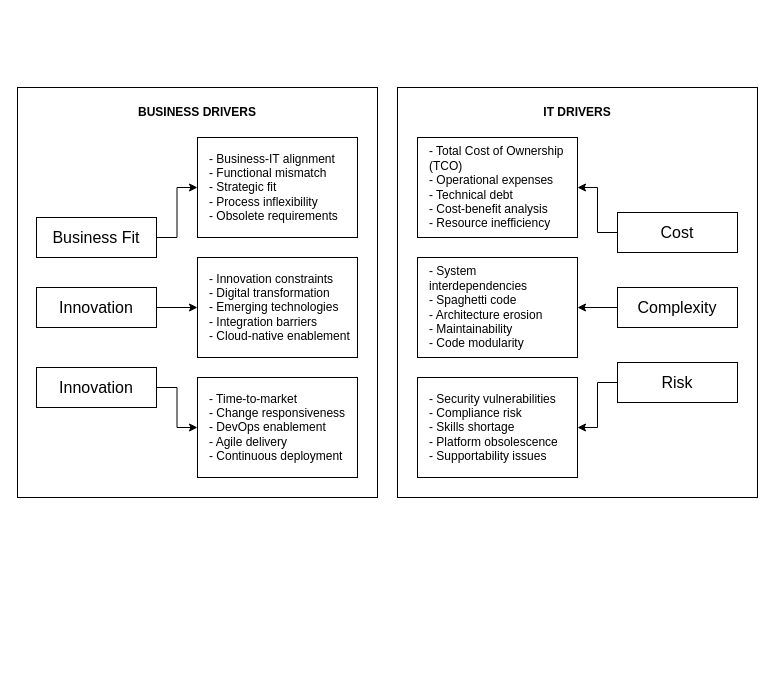
The draw.io diagram Diagramme sans nom.drawio in info-marceloramirez/architect_toolbox, before the edit. Source tidied: cells renumbered, new cells numbered last; positions are measured from the earlier drawing's top-left corner, leaving out a move shared by most shapes. Both pictures are drawn from the tidied source at 100%, with x=0, y=0 at pixel (17, 87).
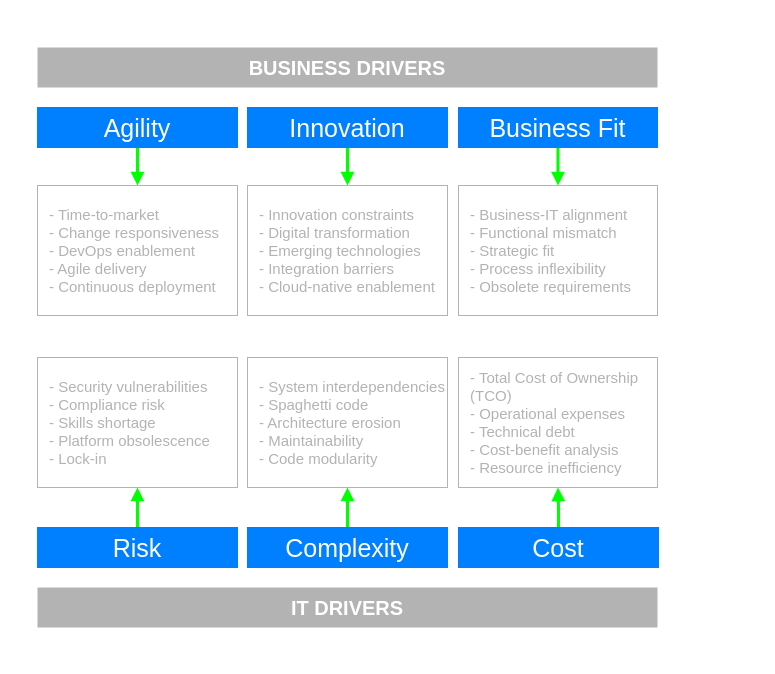
The same page after the edit.

Commit message (it also covers changes not shown here):
Mettre à jour Diagramme sans nom.drawio

Change to the diagram source:
```diff
@@
-    <mxCell id="2" style="rounded=0;whiteSpace=wrap;html=1;fillColor=none;" parent="1" vertex="1">
-      <mxGeometry x="380" width="360" height="410" as="geometry" />
-    </mxCell>
-    <mxCell id="3" style="rounded=0;whiteSpace=wrap;html=1;fillColor=none;" parent="1" vertex="1">
-      <mxGeometry width="360" height="410" as="geometry" />
-    </mxCell>
+    <mxCell id="24" style="rounded=0;whiteSpace=wrap;html=1;fillColor=none;strokeColor=none;" parent="1" vertex="1">
+      <mxGeometry x="10" y="-70" width="640" height="640" as="geometry" />
+    </mxCell>
-    <mxCell id="4" style="edgeStyle=orthogonalEdgeStyle;rounded=0;jettySize=auto;html=1;flowAnimation=1;" parent="1" edge="1" source="5" target="6">
+    <mxCell id="4" style="edgeStyle=orthogonalEdgeStyle;rounded=0;jettySize=auto;html=1;strokeColor=#00FF00;strokeWidth=3;endArrow=block;endFill=1;flowAnimation=1;" parent="1" edge="1" source="5" target="6">
       <mxGeometry relative="1" as="geometry" />
     </mxCell>
-    <mxCell id="5" value="Business Fit" style="rounded=0;whiteSpace=wrap;html=1;fontSize=16;" parent="1" vertex="1">
-      <mxGeometry x="19" y="130" width="120" height="40" as="geometry" />
+    <mxCell id="5" value="Business Fit" style="rounded=0;whiteSpace=wrap;html=1;fontSize=25;fontColor=#FFFFFF;strokeColor=#007FFF;fillColor=#007FFF;" parent="1" vertex="1">
+      <mxGeometry x="441" y="20" width="199" height="40" as="geometry" />
     </mxCell>
-    <mxCell id="6" value="&lt;div&gt;- Business-IT alignment&lt;/div&gt;&lt;div&gt;- Functional mismatch&lt;/div&gt;&lt;div&gt;- Strategic fit&lt;/div&gt;&lt;div&gt;- Process inflexibility&lt;/div&gt;&lt;div&gt;- Obsolete requirements&lt;/div&gt;" style="rounded=0;whiteSpace=wrap;html=1;align=left;spacingLeft=10;" parent="1" vertex="1">
-      <mxGeometry x="180" y="50" width="160" height="100" as="geometry" />
+    <mxCell id="6" value="&lt;div&gt;- Business-IT alignment&lt;/div&gt;&lt;div&gt;- Functional mismatch&lt;/div&gt;&lt;div&gt;- Strategic fit&lt;/div&gt;&lt;div&gt;- Process inflexibility&lt;/div&gt;&lt;div&gt;- Obsolete requirements&lt;/div&gt;" style="rounded=0;whiteSpace=wrap;html=1;align=left;spacingLeft=10;fontColor=#B3B3B3;strokeColor=#B3B3B3;fontSize=15;" parent="1" vertex="1">
+      <mxGeometry x="441" y="98" width="199" height="130" as="geometry" />
     </mxCell>
-    <mxCell id="7" style="edgeStyle=orthogonalEdgeStyle;rounded=0;jettySize=auto;html=1;entryX=0;entryY=0.5;entryDx=0;entryDy=0;flowAnimation=1;" parent="1" edge="1" source="8" target="9">
+    <mxCell id="7" style="edgeStyle=orthogonalEdgeStyle;rounded=0;jettySize=auto;html=1;strokeColor=#00FF00;strokeWidth=3;endArrow=block;endFill=1;flowAnimation=1;" parent="1" edge="1" source="8" target="9">
       <mxGeometry relative="1" as="geometry" />
     </mxCell>
-    <mxCell id="8" value="Innovation" style="rounded=0;whiteSpace=wrap;html=1;fontSize=16;" parent="1" vertex="1">
-      <mxGeometry x="19" y="200" width="120" height="40" as="geometry" />
+    <mxCell id="8" value="Innovation" style="rounded=0;whiteSpace=wrap;html=1;fontSize=25;fontColor=#FFFFFF;strokeColor=#007FFF;fillColor=#007FFF;" parent="1" vertex="1">
+      <mxGeometry x="230" y="20" width="200" height="40" as="geometry" />
     </mxCell>
-    <mxCell id="9" value="&lt;div&gt;- Innovation constraints&lt;/div&gt;&lt;div&gt;- Digital transformation&lt;/div&gt;&lt;div&gt;- Emerging technologies&lt;/div&gt;&lt;div&gt;- Integration barriers&lt;/div&gt;&lt;div&gt;- Cloud-native enablement&lt;/div&gt;" style="rounded=0;whiteSpace=wrap;html=1;align=left;spacingLeft=10;" parent="1" vertex="1">
-      <mxGeometry x="180" y="170" width="160" height="100" as="geometry" />
+    <mxCell id="9" value="&lt;div&gt;- Innovation constraints&lt;/div&gt;&lt;div&gt;- Digital transformation&lt;/div&gt;&lt;div&gt;- Emerging technologies&lt;/div&gt;&lt;div&gt;- Integration barriers&lt;/div&gt;&lt;div&gt;- Cloud-native enablement&lt;/div&gt;" style="rounded=0;whiteSpace=wrap;html=1;align=left;spacingLeft=10;fontColor=#B3B3B3;strokeColor=#B3B3B3;fontSize=15;" parent="1" vertex="1">
+      <mxGeometry x="230" y="98" width="200" height="130" as="geometry" />
     </mxCell>
-    <mxCell id="10" value="&lt;div&gt;- Time-to-market&lt;/div&gt;&lt;div&gt;- Change responsiveness&lt;/div&gt;&lt;div&gt;- DevOps enablement&lt;/div&gt;&lt;div&gt;- Agile delivery&lt;/div&gt;&lt;div&gt;- Continuous deployment&lt;/div&gt;" style="rounded=0;whiteSpace=wrap;html=1;align=left;spacingLeft=10;" parent="1" vertex="1">
-      <mxGeometry x="180" y="290" width="160" height="100" as="geometry" />
+    <mxCell id="10" value="&lt;div&gt;- Time-to-market&lt;/div&gt;&lt;div&gt;- Change responsiveness&lt;/div&gt;&lt;div&gt;- DevOps enablement&lt;/div&gt;&lt;div&gt;- Agile delivery&lt;/div&gt;&lt;div&gt;- Continuous deployment&lt;/div&gt;" style="rounded=0;whiteSpace=wrap;html=1;align=left;spacingLeft=10;fontColor=#B3B3B3;strokeColor=#B3B3B3;fontSize=15;" parent="1" vertex="1">
+      <mxGeometry x="20" y="98" width="200" height="130" as="geometry" />
     </mxCell>
-    <mxCell id="11" style="edgeStyle=orthogonalEdgeStyle;rounded=0;jettySize=auto;html=1;flowAnimation=1;" parent="1" edge="1" source="12" target="10">
+    <mxCell id="11" style="edgeStyle=orthogonalEdgeStyle;rounded=0;jettySize=auto;html=1;strokeColor=#00FF00;endArrow=block;endFill=1;flowAnimation=1;strokeWidth=3;" parent="1" edge="1" source="12" target="10">
       <mxGeometry relative="1" as="geometry" />
     </mxCell>
-    <mxCell id="12" value="Innovation" style="rounded=0;whiteSpace=wrap;html=1;fontSize=16;" parent="1" vertex="1">
-      <mxGeometry x="19" y="280" width="120" height="40" as="geometry" />
+    <mxCell id="12" value="Agility" style="rounded=0;whiteSpace=wrap;html=1;fontSize=25;fontColor=#FFFFFF;strokeColor=#007FFF;fillColor=#007FFF;" parent="1" vertex="1">
+      <mxGeometry x="20" y="20" width="200" height="40" as="geometry" />
     </mxCell>
-    <mxCell id="13" style="edgeStyle=orthogonalEdgeStyle;rounded=0;jettySize=auto;html=1;entryX=1;entryY=0.5;entryDx=0;entryDy=0;flowAnimation=1;" parent="1" edge="1" source="14" target="15">
+    <mxCell id="13" style="edgeStyle=orthogonalEdgeStyle;rounded=0;jettySize=auto;html=1;flowAnimation=1;strokeColor=#00FF00;strokeWidth=3;endArrow=block;endFill=1;" parent="1" edge="1" source="14" target="15">
       <mxGeometry relative="1" as="geometry" />
     </mxCell>
-    <mxCell id="14" value="Cost" style="rounded=0;whiteSpace=wrap;html=1;fontSize=16;" parent="1" vertex="1">
-      <mxGeometry x="600" y="125" width="120" height="40" as="geometry" />
+    <mxCell id="14" value="Cost" style="rounded=0;whiteSpace=wrap;html=1;fontSize=25;fontColor=#FFFFFF;strokeColor=#007FFF;fillColor=#007FFF;" parent="1" vertex="1">
+      <mxGeometry x="441" y="440" width="200" height="40" as="geometry" />
     </mxCell>
-    <mxCell id="15" value="&lt;div&gt;- Total Cost of Ownership (TCO)&lt;/div&gt;&lt;div&gt;- Operational expenses&lt;/div&gt;&lt;div&gt;- Technical debt&lt;/div&gt;&lt;div&gt;- Cost-benefit analysis&lt;/div&gt;&lt;div&gt;- Resource inefficiency&lt;/div&gt;" style="rounded=0;whiteSpace=wrap;html=1;align=left;spacingLeft=10;" parent="1" vertex="1">
-      <mxGeometry x="400" y="50" width="160" height="100" as="geometry" />
+    <mxCell id="15" value="&lt;div&gt;- Total Cost of Ownership (TCO)&lt;/div&gt;&lt;div&gt;- Operational expenses&lt;/div&gt;&lt;div&gt;- Technical debt&lt;/div&gt;&lt;div&gt;- Cost-benefit analysis&lt;/div&gt;&lt;div&gt;- Resource inefficiency&lt;/div&gt;" style="rounded=0;whiteSpace=wrap;html=1;align=left;spacingLeft=10;fontColor=#B3B3B3;strokeColor=#B3B3B3;fontSize=15;" parent="1" vertex="1">
+      <mxGeometry x="441" y="270" width="199" height="130" as="geometry" />
     </mxCell>
-    <mxCell id="16" style="edgeStyle=orthogonalEdgeStyle;rounded=0;jettySize=auto;html=1;entryX=1;entryY=0.5;entryDx=0;entryDy=0;flowAnimation=1;" parent="1" edge="1" source="17" target="18">
+    <mxCell id="16" style="edgeStyle=orthogonalEdgeStyle;rounded=0;jettySize=auto;html=1;flowAnimation=1;strokeColor=#00FF00;strokeWidth=3;endArrow=block;endFill=1;" parent="1" edge="1" source="17" target="18">
       <mxGeometry relative="1" as="geometry" />
     </mxCell>
-    <mxCell id="17" value="Complexity" style="rounded=0;whiteSpace=wrap;html=1;fontSize=16;" parent="1" vertex="1">
-      <mxGeometry x="600" y="200" width="120" height="40" as="geometry" />
+    <mxCell id="17" value="Complexity" style="rounded=0;whiteSpace=wrap;html=1;fontSize=25;fontColor=#FFFFFF;strokeColor=#007FFF;fillColor=#007FFF;" parent="1" vertex="1">
+      <mxGeometry x="230" y="440" width="200" height="40" as="geometry" />
     </mxCell>
-    <mxCell id="18" value="&lt;div&gt;- System interdependencies&lt;/div&gt;&lt;div&gt;- Spaghetti code&lt;/div&gt;&lt;div&gt;- Architecture erosion&lt;/div&gt;&lt;div&gt;- Maintainability&lt;/div&gt;&lt;div&gt;- Code modularity&lt;/div&gt;" style="rounded=0;whiteSpace=wrap;html=1;align=left;spacingLeft=10;" parent="1" vertex="1">
-      <mxGeometry x="400" y="170" width="160" height="100" as="geometry" />
+    <mxCell id="18" value="&lt;div&gt;- System interdependencies&lt;/div&gt;&lt;div&gt;- Spaghetti code&lt;/div&gt;&lt;div&gt;- Architecture erosion&lt;/div&gt;&lt;div&gt;- Maintainability&lt;/div&gt;&lt;div&gt;- Code modularity&lt;/div&gt;" style="rounded=0;whiteSpace=wrap;html=1;align=left;spacingLeft=10;fontColor=#B3B3B3;strokeColor=#B3B3B3;fontSize=15;" parent="1" vertex="1">
+      <mxGeometry x="230" y="270" width="200" height="130" as="geometry" />
     </mxCell>
-    <mxCell id="19" value="&lt;div&gt;- Security vulnerabilities&lt;/div&gt;&lt;div&gt;- Compliance risk&lt;/div&gt;&lt;div&gt;- Skills shortage&lt;/div&gt;&lt;div&gt;- Platform obsolescence&lt;/div&gt;&lt;div&gt;- Supportability issues&lt;/div&gt;" style="rounded=0;whiteSpace=wrap;html=1;align=left;spacingLeft=10;" parent="1" vertex="1">
-      <mxGeometry x="400" y="290" width="160" height="100" as="geometry" />
+    <mxCell id="19" value="&lt;div&gt;- Security vulnerabilities&lt;/div&gt;&lt;div&gt;- Compliance risk&lt;/div&gt;&lt;div&gt;- Skills shortage&lt;/div&gt;&lt;div&gt;- Platform obsolescence&lt;/div&gt;&lt;div&gt;- Lock-in&lt;/div&gt;" style="rounded=0;whiteSpace=wrap;html=1;align=left;spacingLeft=10;fontColor=#B3B3B3;strokeColor=#B3B3B3;fontSize=15;" parent="1" vertex="1">
+      <mxGeometry x="20" y="270" width="200" height="130" as="geometry" />
     </mxCell>
-    <mxCell id="20" style="edgeStyle=orthogonalEdgeStyle;rounded=0;jettySize=auto;html=1;entryX=1;entryY=0.5;entryDx=0;entryDy=0;flowAnimation=1;" parent="1" edge="1" source="21" target="19">
+    <mxCell id="20" style="edgeStyle=orthogonalEdgeStyle;rounded=0;jettySize=auto;html=1;flowAnimation=1;strokeColor=#00FF00;strokeWidth=3;endArrow=block;endFill=1;" parent="1" edge="1" source="21" target="19">
       <mxGeometry relative="1" as="geometry" />
     </mxCell>
-    <mxCell id="21" value="Risk" style="rounded=0;whiteSpace=wrap;html=1;fontSize=16;" parent="1" vertex="1">
-      <mxGeometry x="600" y="275" width="120" height="40" as="geometry" />
+    <mxCell id="21" value="Risk" style="rounded=0;whiteSpace=wrap;html=1;fontSize=25;fontColor=#FFFFFF;strokeColor=#007FFF;fillColor=#007FFF;" parent="1" vertex="1">
+      <mxGeometry x="20" y="440" width="200" height="40" as="geometry" />
     </mxCell>
-    <mxCell id="22" value="BUSINESS DRIVERS" style="rounded=0;whiteSpace=wrap;html=1;fillColor=none;strokeColor=none;fontStyle=1;align=center;" parent="1" vertex="1">
-      <mxGeometry x="10" y="5" width="340" height="40" as="geometry" />
+    <mxCell id="22" value="BUSINESS DRIVERS" style="rounded=0;whiteSpace=wrap;html=1;fillColor=#B3B3B3;strokeColor=none;fontStyle=1;align=center;fontColor=#FFFFFF;fontSize=20;" parent="1" vertex="1">
+      <mxGeometry x="20" y="-40" width="620" height="40" as="geometry" />
     </mxCell>
-    <mxCell id="23" value="IT DRIVERS" style="rounded=0;whiteSpace=wrap;html=1;fillColor=none;fontStyle=1;strokeColor=none;align=center;" parent="1" vertex="1">
-      <mxGeometry x="389" y="5" width="342" height="40" as="geometry" />
+    <mxCell id="23" value="IT DRIVERS" style="rounded=0;whiteSpace=wrap;html=1;fillColor=#B3B3B3;fontStyle=1;strokeColor=none;align=center;fontColor=#FFFFFF;fontSize=20;" parent="1" vertex="1">
+      <mxGeometry x="20" y="500" width="620" height="40" as="geometry" />
     </mxCell>
```
